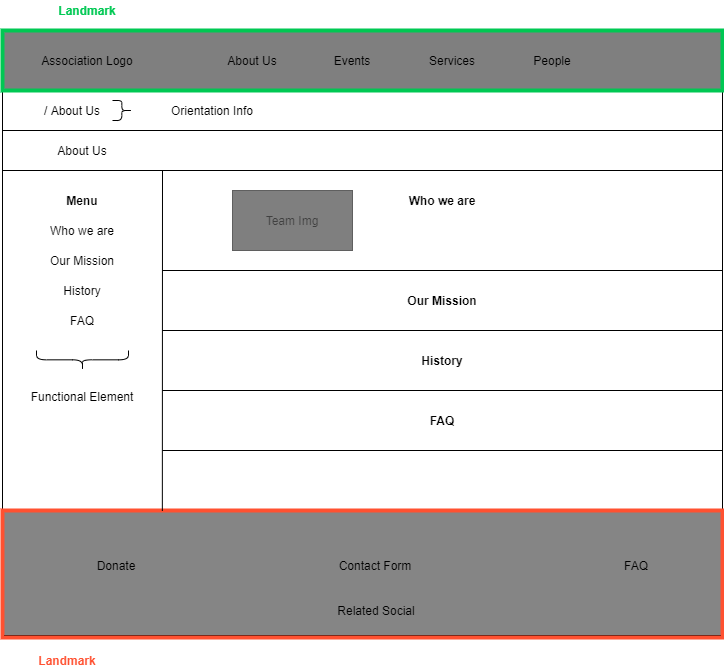
Earlier version of the draw.io export Design-Document/assets/aboutus.png (alepas/hypermidia-project). Source tidied: cells renumbered, new cells last; positions are measured from the earlier drawing's top-left corner, leaving out a move shared by most shapes.
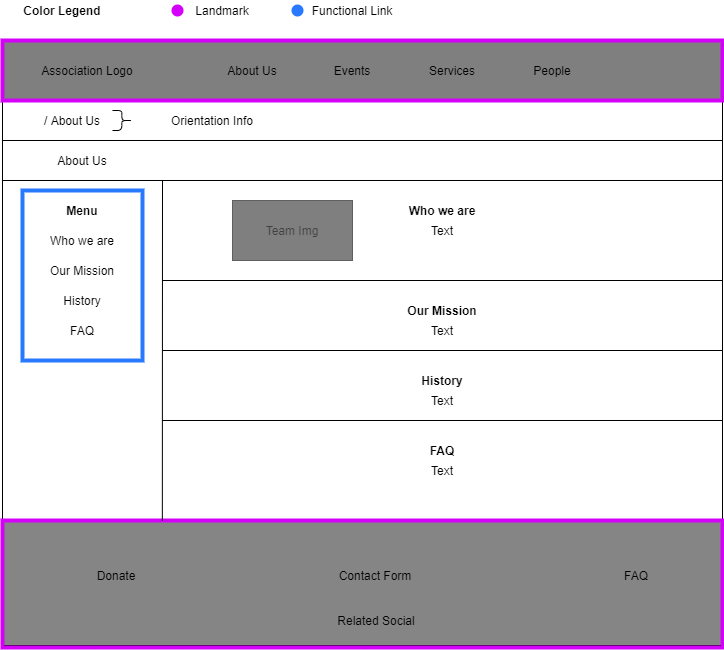
Later version of the same file.

Commit message:
Text related to design is small

Change to the diagram source:
```diff
@@ -20,9 +20,6 @@
     <mxCell id="7" value="People" style="text;html=1;strokeColor=none;fillColor=none;align=center;verticalAlign=middle;whiteSpace=wrap;rounded=0;" parent="1" vertex="1">
       <mxGeometry x="500" y="50" width="100" height="20" as="geometry" />
     </mxCell>
-    <mxCell id="8" value="Landmark" style="text;html=1;strokeColor=none;fillColor=none;align=center;verticalAlign=middle;whiteSpace=wrap;rounded=0;fontColor=#00C853;fontStyle=1;" parent="1" vertex="1">
-      <mxGeometry x="20" width="130" height="20" as="geometry" />
-    </mxCell>
     <mxCell id="9" style="rounded=0;whiteSpace=wrap;html=1;fillColor=#858585;gradientColor=none;" parent="1" vertex="1">
       <mxGeometry y="510" width="720" height="125" as="geometry" />
     </mxCell>
@@ -47,13 +44,10 @@
         <mxPoint x="720" y="90" as="targetPoint" />
       </mxGeometry>
     </mxCell>
-    <mxCell id="16" value="Landmark" style="text;html=1;strokeColor=none;fillColor=none;align=center;verticalAlign=middle;whiteSpace=wrap;rounded=0;fontColor=#FF5131;fontStyle=1;" parent="1" vertex="1">
-      <mxGeometry y="650" width="130" height="20" as="geometry" />
-    </mxCell>
-    <mxCell id="17" style="rounded=0;whiteSpace=wrap;html=1;fillColor=none;strokeColor=#00c853;strokeWidth=4;" parent="1" vertex="1">
+    <mxCell id="17" style="rounded=0;whiteSpace=wrap;html=1;fillColor=none;strokeColor=#D500F9;strokeWidth=4;" parent="1" vertex="1">
       <mxGeometry y="30" width="720" height="60" as="geometry" />
     </mxCell>
-    <mxCell id="18" style="rounded=0;whiteSpace=wrap;html=1;fillColor=none;strokeColor=#ff5131;strokeWidth=4;" parent="1" vertex="1">
+    <mxCell id="18" style="rounded=0;whiteSpace=wrap;html=1;fillColor=none;strokeColor=#D500F9;strokeWidth=4;" parent="1" vertex="1">
       <mxGeometry y="510" width="720" height="127" as="geometry" />
     </mxCell>
     <mxCell id="19" style="endArrow=none;html=1;fontColor=#FF5131;" parent="1" edge="1">
@@ -117,33 +111,51 @@
     </mxCell>
     <mxCell id="35" style="endArrow=none;html=1;fontColor=#FF5131;" parent="1" edge="1">
       <mxGeometry relative="1" as="geometry">
-        <mxPoint x="160" y="330" as="sourcePoint" />
-        <mxPoint x="720" y="330" as="targetPoint" />
+        <mxPoint x="160" y="340" as="sourcePoint" />
+        <mxPoint x="720" y="340" as="targetPoint" />
       </mxGeometry>
     </mxCell>
     <mxCell id="36" value="History" style="text;html=1;strokeColor=none;fillColor=none;align=center;verticalAlign=middle;whiteSpace=wrap;rounded=0;fontColor=#000000;opacity=50;fontStyle=1;" parent="1" vertex="1">
-      <mxGeometry x="160" y="350" width="560" height="20" as="geometry" />
+      <mxGeometry x="160" y="360" width="560" height="20" as="geometry" />
     </mxCell>
     <mxCell id="37" style="endArrow=none;html=1;fontColor=#FF5131;" parent="1" edge="1">
       <mxGeometry relative="1" as="geometry">
-        <mxPoint x="160" y="390" as="sourcePoint" />
-        <mxPoint x="720" y="390" as="targetPoint" />
+        <mxPoint x="160" y="410" as="sourcePoint" />
+        <mxPoint x="720" y="410" as="targetPoint" />
       </mxGeometry>
     </mxCell>
     <mxCell id="38" value="FAQ" style="text;html=1;strokeColor=none;fillColor=none;align=center;verticalAlign=middle;whiteSpace=wrap;rounded=0;fontColor=#000000;opacity=50;fontStyle=1;" parent="1" vertex="1">
-      <mxGeometry x="160" y="410" width="560" height="20" as="geometry" />
+      <mxGeometry x="160" y="430" width="560" height="20" as="geometry" />
     </mxCell>
-    <mxCell id="39" style="endArrow=none;html=1;fontColor=#FF5131;" parent="1" edge="1">
-      <mxGeometry relative="1" as="geometry">
-        <mxPoint x="160" y="450" as="sourcePoint" />
-        <mxPoint x="720" y="450" as="targetPoint" />
-      </mxGeometry>
-    </mxCell>
-    <mxCell id="40" style="shape=curlyBracket;whiteSpace=wrap;html=1;rounded=1;strokeColor=#000000;strokeWidth=1;fillColor=#000000;gradientColor=none;fontColor=#000000;rotation=-90;size=0.5333343505859375;" parent="1" vertex="1">
-      <mxGeometry x="70" y="314" width="20" height="92" as="geometry" />
-    </mxCell>
-    <mxCell id="41" value="Functional Element" style="text;html=1;strokeColor=none;fillColor=none;align=center;verticalAlign=middle;whiteSpace=wrap;rounded=0;fontColor=#000000;opacity=50;" parent="1" vertex="1">
-      <mxGeometry y="386" width="160" height="20" as="geometry" />
-    </mxCell>
+    <mxCell id="42" value="&lt;span style=&quot;font-weight: normal&quot;&gt;&lt;font color=&quot;#000000&quot;&gt;&amp;nbsp; &amp;nbsp; &amp;nbsp; Functional Link&lt;/font&gt;&lt;/span&gt;" style="text;html=1;strokeColor=none;fillColor=none;align=center;verticalAlign=middle;whiteSpace=wrap;rounded=0;fontColor=#00C853;fontStyle=1;" parent="1" vertex="1">
+      <mxGeometry x="280" y="-10" width="120" height="20" as="geometry" />
+    </mxCell>
+    <mxCell id="43" value="&lt;span style=&quot;font-weight: normal&quot;&gt;&lt;font color=&quot;#000000&quot;&gt;Landmark&lt;/font&gt;&lt;/span&gt;" style="text;html=1;strokeColor=none;fillColor=none;align=center;verticalAlign=middle;whiteSpace=wrap;rounded=0;fontColor=#00C853;fontStyle=1;" parent="1" vertex="1">
+      <mxGeometry x="160" y="-10" width="120" height="20" as="geometry" />
+    </mxCell>
+    <mxCell id="44" value="Color Legend" style="text;html=1;strokeColor=none;fillColor=none;align=center;verticalAlign=middle;whiteSpace=wrap;rounded=0;fontColor=#000000;opacity=50;fontStyle=1;" parent="1" vertex="1">
+      <mxGeometry y="-10" width="120" height="20" as="geometry" />
+    </mxCell>
+    <mxCell id="45" style="ellipse;whiteSpace=wrap;html=1;strokeColor=#D500F9;strokeWidth=2;fillColor=#d500f9;gradientColor=none;fontColor=#000000;align=center;" parent="1" vertex="1">
+      <mxGeometry x="170" y="-5" width="10" height="10" as="geometry" />
+    </mxCell>
+    <mxCell id="46" style="ellipse;whiteSpace=wrap;html=1;strokeColor=#2979FF;strokeWidth=2;fillColor=#2979ff;gradientColor=none;fontColor=#000000;align=center;" parent="1" vertex="1">
+      <mxGeometry x="290" y="-5" width="10" height="10" as="geometry" />
+    </mxCell>
+    <mxCell id="47" style="rounded=0;whiteSpace=wrap;html=1;fillColor=none;strokeColor=#2979FF;strokeWidth=4;" parent="1" vertex="1">
+      <mxGeometry x="20" y="180" width="120" height="170" as="geometry" />
+    </mxCell>
+    <mxCell id="48" value="Text" style="text;html=1;strokeColor=none;fillColor=none;align=center;verticalAlign=middle;whiteSpace=wrap;rounded=0;fontColor=#000000;opacity=50;fontStyle=0;" parent="1" vertex="1">
+      <mxGeometry x="160" y="210" width="560" height="20" as="geometry" />
+    </mxCell>
+    <mxCell id="49" value="Text" style="text;html=1;strokeColor=none;fillColor=none;align=center;verticalAlign=middle;whiteSpace=wrap;rounded=0;fontColor=#000000;opacity=50;fontStyle=0;" parent="1" vertex="1">
+      <mxGeometry x="160" y="310" width="560" height="20" as="geometry" />
+    </mxCell>
+    <mxCell id="50" value="Text" style="text;html=1;strokeColor=none;fillColor=none;align=center;verticalAlign=middle;whiteSpace=wrap;rounded=0;fontColor=#000000;opacity=50;fontStyle=0;" parent="1" vertex="1">
+      <mxGeometry x="160" y="380" width="560" height="20" as="geometry" />
+    </mxCell>
+    <mxCell id="51" value="Text" style="text;html=1;strokeColor=none;fillColor=none;align=center;verticalAlign=middle;whiteSpace=wrap;rounded=0;fontColor=#000000;opacity=50;fontStyle=0;" parent="1" vertex="1">
+      <mxGeometry x="160" y="450" width="560" height="20" as="geometry" />
+    </mxCell>
   </root>
 </mxGraphModel>
```
